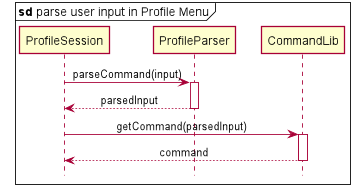
Earlier version of the PlantUML export docs/pictures/khoa/ParseInput.png (zsk612/tp). Its diagram source:
```plantuml
@startuml





skinparam Class {
    FontColor #FFFFFF
    BorderThickness 1
    BorderColor #FFFFFF
    StereotypeFontColor #FFFFFF
    FontName Arial
}

skinparam Actor {
    BorderColor #000000
    Color #000000
    FontName Arial
}

skinparam Sequence {
    MessageAlign center
    BoxFontSize 13
    BoxPadding 0
    BoxFontColor #FFFFFF
    FontName Arial
}

skinparam Participant {
    Padding 20
}

skinparam MinClassWidth 50
skinparam ParticipantPadding 10
skinparam Shadowing false
skinparam DefaultTextAlignment center
skinparam packageStyle Rectangle
skinparam BackgroundColor #FFFFFFF

hide footbox
hide members
hide circle

mainframe <b>sd</b> parse user input in Profile Menu

    ProfileSession -> ProfileParser ++ : parseCommand(input)
    ProfileParser --> ProfileSession -- : parsedInput

    ProfileSession -> CommandLib ++ : getCommand(parsedInput)
    CommandLib --> ProfileSession -- : command

@enduml
```
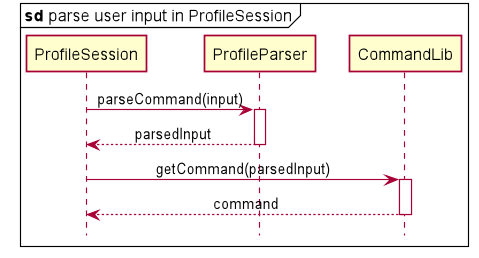
The same file after the commit.

What changed in the source:
```diff
@@ -41,7 +41,7 @@
 hide members
 hide circle
 
-mainframe <b>sd</b> parse user input in Profile Menu
+mainframe <b>sd</b> parse user input in ProfileSession
 
     ProfileSession -> ProfileParser ++ : parseCommand(input)
     ProfileParser --> ProfileSession -- : parsedInput
```
